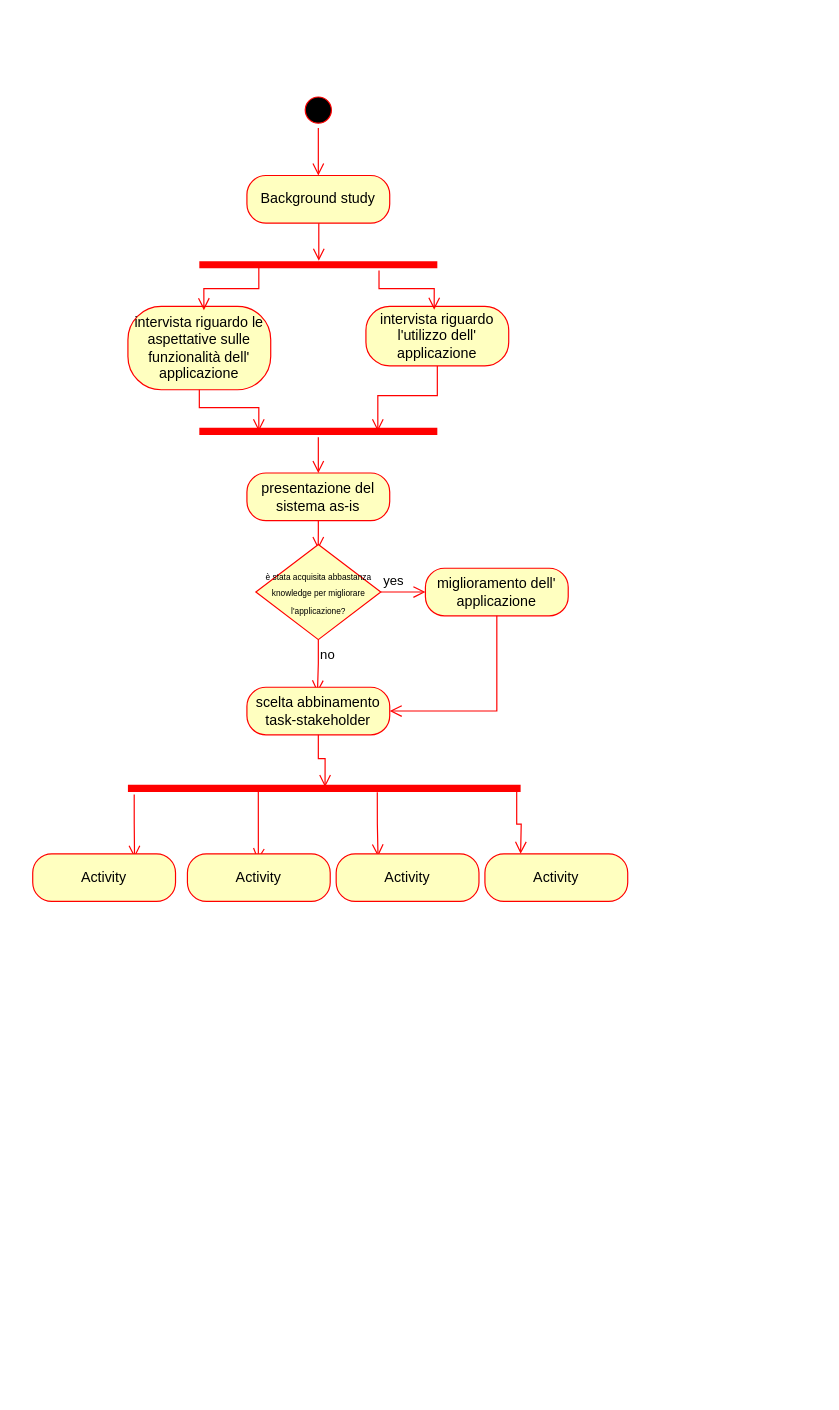
Before: grafi/Diagramma senza titolo.drawio in Barbera9/mixed, a draw.io diagram. Source tidied: cells renumbered, new cells numbered last; positions are measured from the earlier drawing's top-left corner, leaving out a move shared by most shapes. Both pictures are drawn from the tidied source at 119%, with x=0, y=0 at pixel (32, 92).
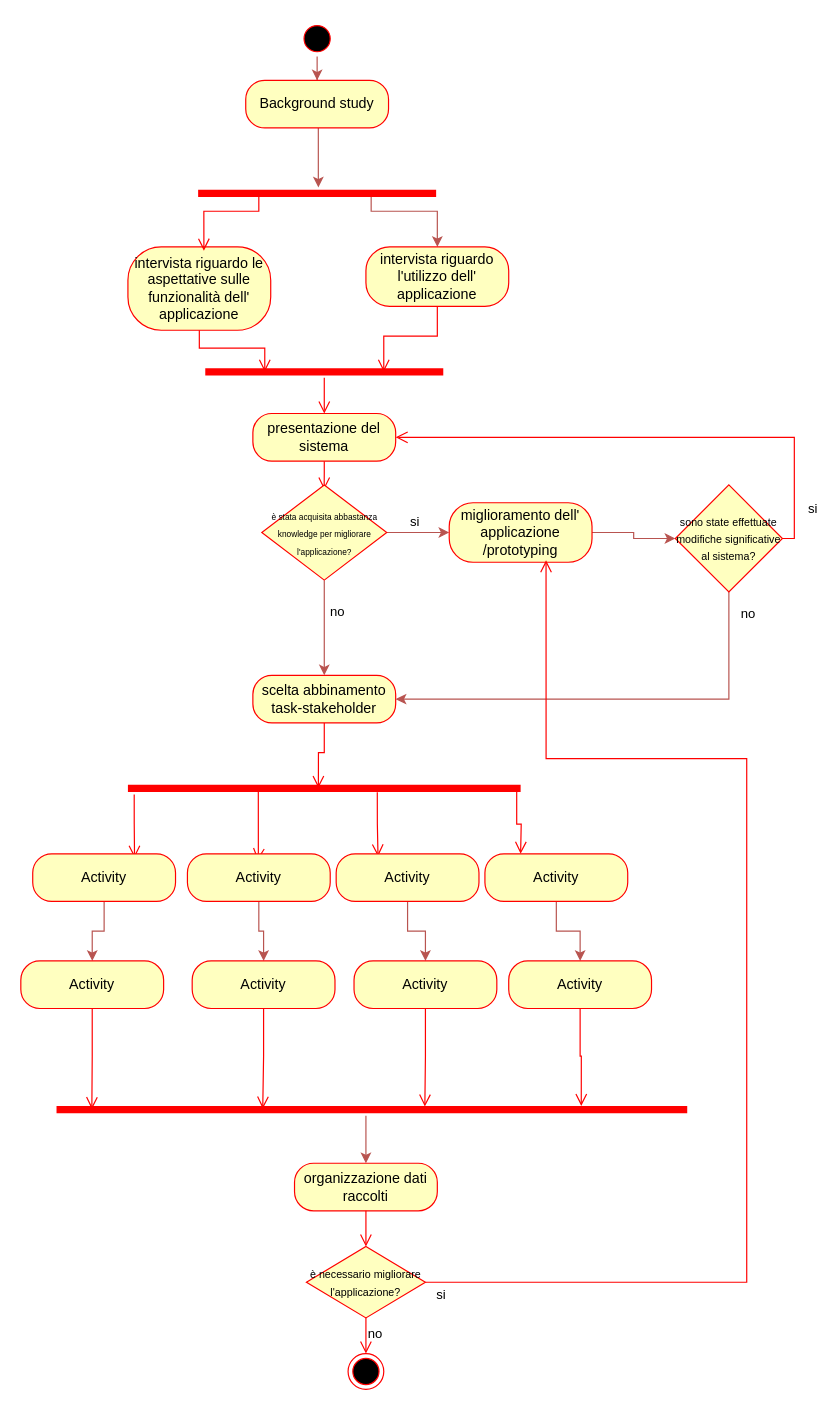
After the change.

The change refers to these unchanged cells:
```xml
<mxCell id="24" style="shape=line;html=1;strokeWidth=6;strokeColor=#ff0000;" parent="1" vertex="1">
  <mxGeometry x="80" y="580" width="330" height="10" as="geometry" />
</mxCell>
<mxCell id="28" value="Activity" style="rounded=1;whiteSpace=wrap;html=1;arcSize=40;fontColor=#000000;fillColor=#ffffc0;strokeColor=#ff0000;" parent="1" vertex="1">
  <mxGeometry y="640" width="120" height="40" as="geometry" />
</mxCell>
<mxCell id="29" value="Activity" style="rounded=1;whiteSpace=wrap;html=1;arcSize=40;fontColor=#000000;fillColor=#ffffc0;strokeColor=#ff0000;" parent="1" vertex="1">
  <mxGeometry x="130" y="640" width="120" height="40" as="geometry" />
</mxCell>
<mxCell id="30" value="Activity" style="rounded=1;whiteSpace=wrap;html=1;arcSize=40;fontColor=#000000;fillColor=#ffffc0;strokeColor=#ff0000;" parent="1" vertex="1">
  <mxGeometry x="255" y="640" width="120" height="40" as="geometry" />
</mxCell>
<mxCell id="31" value="Activity" style="rounded=1;whiteSpace=wrap;html=1;arcSize=40;fontColor=#000000;fillColor=#ffffc0;strokeColor=#ff0000;" parent="1" vertex="1">
  <mxGeometry x="380" y="640" width="120" height="40" as="geometry" />
</mxCell>
```

Diff of the diagram source:
```diff
@@
+    <mxCell id="3" style="edgeStyle=orthogonalEdgeStyle;rounded=0;jettySize=auto;html=1;entryX=0.5;entryY=0;entryDx=0;entryDy=0;fillColor=#f8cecc;strokeColor=#b85450;" parent="1" edge="1" source="2" target="4">
+      <mxGeometry relative="1" as="geometry" />
+    </mxCell>
     <mxCell id="2" style="ellipse;html=1;shape=startState;fillColor=#000000;strokeColor=#ff0000;" parent="1" vertex="1">
-      <mxGeometry x="225" width="30" height="30" as="geometry" />
+      <mxGeometry x="224" y="-60" width="30" height="30" as="geometry" />
     </mxCell>
-    <mxCell id="3" style="edgeStyle=orthogonalEdgeStyle;html=1;verticalAlign=bottom;endArrow=open;endSize=8;strokeColor=#ff0000;rounded=0;entryX=0.5;entryY=0;entryDx=0;entryDy=0;" parent="1" edge="1" source="2" target="4">
-      <mxGeometry relative="1" as="geometry">
-        <Array as="points">
-          <mxPoint x="240" y="60" />
-        </Array>
-      </mxGeometry>
-    </mxCell>
+    <mxCell id="5" style="edgeStyle=orthogonalEdgeStyle;rounded=0;jettySize=auto;html=1;entryX=0.505;entryY=0.444;entryDx=0;entryDy=0;entryPerimeter=0;fillColor=#f8cecc;strokeColor=#b85450;" parent="1" edge="1" source="4" target="6">
+      <mxGeometry relative="1" as="geometry">
+        <Array as="points">
+          <mxPoint x="240" y="50" />
+          <mxPoint x="240" y="50" />
+        </Array>
+      </mxGeometry>
+    </mxCell>
     <mxCell id="4" value="Background study" style="rounded=1;whiteSpace=wrap;html=1;arcSize=40;fontColor=#000000;fillColor=#ffffc0;strokeColor=#ff0000;" parent="1" vertex="1">
-      <mxGeometry x="180" y="70" width="120" height="40" as="geometry" />
+      <mxGeometry x="179" y="-10" width="120" height="40" as="geometry" />
     </mxCell>
-    <mxCell id="5" style="edgeStyle=orthogonalEdgeStyle;html=1;verticalAlign=bottom;endArrow=open;endSize=8;strokeColor=#ff0000;rounded=0;entryX=0.502;entryY=0.162;entryDx=0;entryDy=0;entryPerimeter=0;" parent="1" edge="1" source="4" target="6">
-      <mxGeometry relative="1" as="geometry">
-        <Array as="points">
-          <mxPoint x="240" y="120" />
-        </Array>
-      </mxGeometry>
-    </mxCell>
+    <mxCell id="12" style="edgeStyle=orthogonalEdgeStyle;rounded=0;jettySize=auto;html=1;entryX=0.5;entryY=0;entryDx=0;entryDy=0;exitX=0.727;exitY=0.507;exitDx=0;exitDy=0;exitPerimeter=0;fillColor=#f8cecc;strokeColor=#b85450;" parent="1" edge="1" source="6" target="9">
+      <mxGeometry relative="1" as="geometry">
+        <Array as="points">
+          <mxPoint x="284" y="100" />
+          <mxPoint x="340" y="100" />
+        </Array>
+      </mxGeometry>
+    </mxCell>
     <mxCell id="6" style="shape=line;html=1;strokeWidth=6;strokeColor=#ff0000;" parent="1" vertex="1">
-      <mxGeometry x="140" y="140" width="200" height="10" as="geometry" />
+      <mxGeometry x="139" y="40" width="200" height="90" as="geometry" />
     </mxCell>
     <mxCell id="7" value="intervista riguardo le aspettative sulle funzionalità dell' applicazione" style="rounded=1;whiteSpace=wrap;html=1;arcSize=40;fontColor=#000000;fillColor=#ffffc0;strokeColor=#ff0000;" parent="1" vertex="1">
-      <mxGeometry x="80" y="180" width="120" height="70" as="geometry" />
+      <mxGeometry x="80" y="130" width="120" height="70" as="geometry" />
     </mxCell>
@@
     <mxCell id="9" value="intervista riguardo l'utilizzo dell' applicazione" style="rounded=1;whiteSpace=wrap;html=1;arcSize=40;fontColor=#000000;fillColor=#ffffc0;strokeColor=#ff0000;" parent="1" vertex="1">
-      <mxGeometry x="280" y="180" width="120" height="50" as="geometry" />
+      <mxGeometry x="280" y="130" width="120" height="50" as="geometry" />
     </mxCell>
@@
     <mxCell id="11" style="edgeStyle=orthogonalEdgeStyle;html=1;verticalAlign=bottom;endArrow=open;endSize=8;strokeColor=#ff0000;rounded=0;entryX=0.532;entryY=0.045;entryDx=0;entryDy=0;entryPerimeter=0;exitX=0.25;exitY=0.5;exitDx=0;exitDy=0;exitPerimeter=0;" parent="1" edge="1" source="6" target="7">
       <mxGeometry relative="1" as="geometry">
         <Array as="points">
-          <mxPoint x="190" y="165" />
-          <mxPoint x="144" y="165" />
+          <mxPoint x="190" y="85" />
+          <mxPoint x="190" y="100" />
+          <mxPoint x="144" y="100" />
         </Array>
       </mxGeometry>
     </mxCell>
-    <mxCell id="12" style="edgeStyle=orthogonalEdgeStyle;html=1;verticalAlign=bottom;endArrow=open;endSize=8;strokeColor=#ff0000;rounded=0;exitX=0.755;exitY=0.98;exitDx=0;exitDy=0;exitPerimeter=0;entryX=0.478;entryY=0.055;entryDx=0;entryDy=0;entryPerimeter=0;" parent="1" edge="1" source="6" target="9">
-      <mxGeometry relative="1" as="geometry" />
-    </mxCell>
     <mxCell id="13" style="shape=line;html=1;strokeWidth=6;strokeColor=#ff0000;" parent="1" vertex="1">
-      <mxGeometry x="140" y="280" width="200" height="10" as="geometry" />
+      <mxGeometry x="145" y="230" width="200" height="10" as="geometry" />
     </mxCell>
@@
-    <mxCell id="15" value="presentazione del sistema as-is" style="rounded=1;whiteSpace=wrap;html=1;arcSize=40;fontColor=#000000;fillColor=#ffffc0;strokeColor=#ff0000;" parent="1" vertex="1">
-      <mxGeometry x="180" y="320" width="120" height="40" as="geometry" />
+    <mxCell id="15" value="presentazione del sistema" style="rounded=1;whiteSpace=wrap;html=1;arcSize=40;fontColor=#000000;fillColor=#ffffc0;strokeColor=#ff0000;" parent="1" vertex="1">
+      <mxGeometry x="185" y="270" width="120" height="40" as="geometry" />
     </mxCell>
@@
+    <mxCell id="33" style="edgeStyle=orthogonalEdgeStyle;rounded=0;jettySize=auto;html=1;fillColor=#f8cecc;strokeColor=#b85450;entryX=0;entryY=0.5;entryDx=0;entryDy=0;" parent="1" edge="1" source="17" target="20">
+      <mxGeometry relative="1" as="geometry" />
+    </mxCell>
+    <mxCell id="34" value="&lt;div&gt;si&lt;/div&gt;" style="edgeLabel;html=1;align=center;verticalAlign=middle;" parent="33" vertex="1">
+      <mxGeometry x="-0.22" y="4" relative="1" as="geometry">
+        <mxPoint x="3" y="-6" as="offset" />
+      </mxGeometry>
+    </mxCell>
+    <mxCell id="19" style="edgeStyle=orthogonalEdgeStyle;rounded=0;jettySize=auto;html=1;fillColor=#f8cecc;strokeColor=#b85450;" parent="1" edge="1" source="17" target="22">
+      <mxGeometry relative="1" as="geometry" />
+    </mxCell>
+    <mxCell id="35" value="no" style="edgeLabel;html=1;align=center;verticalAlign=middle;" parent="19" vertex="1">
+      <mxGeometry x="-0.35" y="5" relative="1" as="geometry">
+        <mxPoint x="5" as="offset" />
+      </mxGeometry>
+    </mxCell>
     <mxCell id="17" value="&lt;font style=&quot;font-size: 7px;&quot;&gt;è stata acquisita abbastanza knowledge per migliorare l'applicazione?&lt;/font&gt;" style="rhombus;whiteSpace=wrap;html=1;fontColor=#000000;fillColor=#ffffc0;strokeColor=#ff0000;" parent="1" vertex="1">
-      <mxGeometry x="187.5" y="380" width="105" height="80" as="geometry" />
+      <mxGeometry x="192.5" y="330" width="105" height="80" as="geometry" />
     </mxCell>
-    <mxCell id="18" value="yes" style="edgeStyle=orthogonalEdgeStyle;html=1;align=left;verticalAlign=bottom;endArrow=open;endSize=8;strokeColor=#ff0000;rounded=0;" parent="1" edge="1" source="17">
-      <mxGeometry x="-1" relative="1" as="geometry">
-        <mxPoint x="330" y="420" as="targetPoint" />
-        <Array as="points">
-          <mxPoint x="310" y="420" />
-          <mxPoint x="310" y="420" />
-        </Array>
-      </mxGeometry>
-    </mxCell>
-    <mxCell id="19" value="no" style="edgeStyle=orthogonalEdgeStyle;html=1;align=left;verticalAlign=top;endArrow=open;endSize=8;strokeColor=#ff0000;rounded=0;entryX=0.494;entryY=0.111;entryDx=0;entryDy=0;entryPerimeter=0;" parent="1" edge="1" source="17" target="22">
-      <mxGeometry x="-1" relative="1" as="geometry" />
-    </mxCell>
+    <mxCell id="36" style="edgeStyle=orthogonalEdgeStyle;rounded=0;jettySize=auto;html=1;fillColor=#f8cecc;strokeColor=#b85450;" parent="1" edge="1" source="20" target="43">
+      <mxGeometry relative="1" as="geometry" />
+    </mxCell>
-    <mxCell id="20" value="miglioramento dell' applicazione" style="rounded=1;whiteSpace=wrap;html=1;arcSize=40;fontColor=#000000;fillColor=#ffffc0;strokeColor=#ff0000;" parent="1" vertex="1">
-      <mxGeometry x="330" y="400" width="120" height="40" as="geometry" />
+    <mxCell id="20" value="miglioramento dell' applicazione /prototyping" style="rounded=1;whiteSpace=wrap;html=1;arcSize=40;fontColor=#000000;fillColor=#ffffc0;strokeColor=#ff0000;" parent="1" vertex="1">
+      <mxGeometry x="350" y="345" width="120" height="50" as="geometry" />
     </mxCell>
-    <mxCell id="21" style="edgeStyle=orthogonalEdgeStyle;html=1;verticalAlign=bottom;endArrow=open;endSize=8;strokeColor=#ff0000;rounded=0;entryX=1;entryY=0.5;entryDx=0;entryDy=0;exitX=0.5;exitY=1;exitDx=0;exitDy=0;" parent="1" edge="1" source="20" target="22">
-      <mxGeometry relative="1" as="geometry" />
-    </mxCell>
     <mxCell id="22" value="scelta abbinamento task-stakeholder" style="rounded=1;whiteSpace=wrap;html=1;arcSize=40;fontColor=#000000;fillColor=#ffffc0;strokeColor=#ff0000;" parent="1" vertex="1">
-      <mxGeometry x="180" y="500" width="120" height="40" as="geometry" />
+      <mxGeometry x="185" y="490" width="120" height="40" as="geometry" />
     </mxCell>
-    <mxCell id="23" style="edgeStyle=orthogonalEdgeStyle;html=1;verticalAlign=bottom;endArrow=open;endSize=8;strokeColor=#ff0000;rounded=0;entryX=0.502;entryY=0.389;entryDx=0;entryDy=0;entryPerimeter=0;" parent="1" edge="1" source="22" target="24">
+    <mxCell id="23" style="edgeStyle=orthogonalEdgeStyle;html=1;verticalAlign=bottom;endArrow=open;endSize=8;strokeColor=#ff0000;rounded=0;entryX=0.485;entryY=0.466;entryDx=0;entryDy=0;entryPerimeter=0;" parent="1" edge="1" source="22" target="24">
       <mxGeometry relative="1" as="geometry" />
     </mxCell>
@@
+    <mxCell id="37" style="edgeStyle=orthogonalEdgeStyle;rounded=0;jettySize=auto;html=1;fillColor=#f8cecc;strokeColor=#b85450;" parent="1" edge="1" source="28" target="45">
+      <mxGeometry relative="1" as="geometry" />
+    </mxCell>
@@
+    <mxCell id="38" style="edgeStyle=orthogonalEdgeStyle;rounded=0;jettySize=auto;html=1;fillColor=#f8cecc;strokeColor=#b85450;" parent="1" edge="1" source="29" target="47">
+      <mxGeometry relative="1" as="geometry" />
+    </mxCell>
@@
+    <mxCell id="39" style="edgeStyle=orthogonalEdgeStyle;rounded=0;jettySize=auto;html=1;fillColor=#f8cecc;strokeColor=#b85450;" parent="1" edge="1" source="30" target="49">
+      <mxGeometry relative="1" as="geometry" />
+    </mxCell>
@@
+    <mxCell id="40" style="edgeStyle=orthogonalEdgeStyle;rounded=0;jettySize=auto;html=1;fillColor=#f8cecc;strokeColor=#b85450;" parent="1" edge="1" source="31" target="51">
+      <mxGeometry relative="1" as="geometry" />
+    </mxCell>
@@
+    <mxCell id="41" style="edgeStyle=orthogonalEdgeStyle;rounded=0;jettySize=auto;html=1;fillColor=#f8cecc;strokeColor=#b85450;" parent="1" edge="1" source="43" target="22">
+      <mxGeometry relative="1" as="geometry">
+        <Array as="points">
+          <mxPoint x="585" y="510" />
+        </Array>
+      </mxGeometry>
+    </mxCell>
+    <mxCell id="42" value="&lt;div&gt;no&lt;/div&gt;" style="edgeLabel;html=1;align=center;verticalAlign=middle;" parent="41" vertex="1">
+      <mxGeometry x="-0.91" y="3" relative="1" as="geometry">
+        <mxPoint x="12" as="offset" />
+      </mxGeometry>
+    </mxCell>
+    <mxCell id="43" value="&lt;font style=&quot;font-size: 9px;&quot;&gt;sono state effettuate modifiche significative al sistema?&lt;/font&gt;" style="rhombus;whiteSpace=wrap;html=1;fontColor=#000000;fillColor=#ffffc0;strokeColor=#ff0000;" parent="1" vertex="1">
+      <mxGeometry x="540" y="330" width="90" height="90" as="geometry" />
+    </mxCell>
+    <mxCell id="44" value="si" style="edgeStyle=orthogonalEdgeStyle;html=1;align=left;verticalAlign=bottom;endArrow=open;endSize=8;strokeColor=#ff0000;rounded=0;entryX=1;entryY=0.5;entryDx=0;entryDy=0;exitX=1;exitY=0.5;exitDx=0;exitDy=0;" parent="1" edge="1" source="43" target="15">
+      <mxGeometry x="-0.88" y="-10" relative="1" as="geometry" />
+    </mxCell>
+    <mxCell id="45" value="Activity" style="rounded=1;whiteSpace=wrap;html=1;arcSize=40;fontColor=#000000;fillColor=#ffffc0;strokeColor=#ff0000;" parent="1" vertex="1">
+      <mxGeometry x="-10" y="730" width="120" height="40" as="geometry" />
+    </mxCell>
+    <mxCell id="46" style="edgeStyle=orthogonalEdgeStyle;html=1;verticalAlign=bottom;endArrow=open;endSize=8;strokeColor=#ff0000;rounded=0;entryX=0.056;entryY=0.459;entryDx=0;entryDy=0;entryPerimeter=0;" parent="1" edge="1" source="45" target="54">
+      <mxGeometry relative="1" as="geometry" />
+    </mxCell>
+    <mxCell id="47" value="Activity" style="rounded=1;whiteSpace=wrap;html=1;arcSize=40;fontColor=#000000;fillColor=#ffffc0;strokeColor=#ff0000;" parent="1" vertex="1">
+      <mxGeometry x="134" y="730" width="120" height="40" as="geometry" />
+    </mxCell>
+    <mxCell id="48" style="edgeStyle=orthogonalEdgeStyle;html=1;verticalAlign=bottom;endArrow=open;endSize=8;strokeColor=#ff0000;rounded=0;entryX=0.327;entryY=0.414;entryDx=0;entryDy=0;entryPerimeter=0;" parent="1" edge="1" source="47" target="54">
+      <mxGeometry relative="1" as="geometry" />
+    </mxCell>
+    <mxCell id="49" value="Activity" style="rounded=1;whiteSpace=wrap;html=1;arcSize=40;fontColor=#000000;fillColor=#ffffc0;strokeColor=#ff0000;" parent="1" vertex="1">
+      <mxGeometry x="270" y="730" width="120" height="40" as="geometry" />
+    </mxCell>
+    <mxCell id="50" style="edgeStyle=orthogonalEdgeStyle;html=1;verticalAlign=bottom;endArrow=open;endSize=8;strokeColor=#ff0000;rounded=0;entryX=0.584;entryY=0.243;entryDx=0;entryDy=0;entryPerimeter=0;" parent="1" edge="1" source="49" target="54">
+      <mxGeometry relative="1" as="geometry" />
+    </mxCell>
+    <mxCell id="51" value="Activity" style="rounded=1;whiteSpace=wrap;html=1;arcSize=40;fontColor=#000000;fillColor=#ffffc0;strokeColor=#ff0000;" parent="1" vertex="1">
+      <mxGeometry x="400" y="730" width="120" height="40" as="geometry" />
+    </mxCell>
+    <mxCell id="52" style="edgeStyle=orthogonalEdgeStyle;html=1;verticalAlign=bottom;endArrow=open;endSize=8;strokeColor=#ff0000;rounded=0;entryX=0.832;entryY=0.186;entryDx=0;entryDy=0;entryPerimeter=0;" parent="1" edge="1" source="51" target="54">
+      <mxGeometry relative="1" as="geometry" />
+    </mxCell>
+    <mxCell id="53" style="edgeStyle=orthogonalEdgeStyle;rounded=0;jettySize=auto;html=1;fillColor=#f8cecc;strokeColor=#b85450;" parent="1" edge="1" source="54" target="55">
+      <mxGeometry relative="1" as="geometry">
+        <Array as="points">
+          <mxPoint x="280" y="870" />
+          <mxPoint x="280" y="870" />
+        </Array>
+      </mxGeometry>
+    </mxCell>
+    <mxCell id="54" style="shape=line;html=1;strokeWidth=6;strokeColor=#ff0000;" parent="1" vertex="1">
+      <mxGeometry x="20" y="850" width="530" height="10" as="geometry" />
+    </mxCell>
+    <mxCell id="55" value="organizzazione dati raccolti" style="rounded=1;whiteSpace=wrap;html=1;arcSize=40;fontColor=#000000;fillColor=#ffffc0;strokeColor=#ff0000;" parent="1" vertex="1">
+      <mxGeometry x="220" y="900" width="120" height="40" as="geometry" />
+    </mxCell>
+    <mxCell id="56" style="edgeStyle=orthogonalEdgeStyle;html=1;verticalAlign=bottom;endArrow=open;endSize=8;strokeColor=#ff0000;rounded=0;entryX=0.5;entryY=0;entryDx=0;entryDy=0;" parent="1" edge="1" source="55" target="57">
+      <mxGeometry relative="1" as="geometry" />
+    </mxCell>
+    <mxCell id="57" value="&lt;font style=&quot;font-size: 9px;&quot;&gt;è necessario migliorare l'applicazione?&lt;/font&gt;" style="rhombus;whiteSpace=wrap;html=1;fontColor=#000000;fillColor=#ffffc0;strokeColor=#ff0000;" parent="1" vertex="1">
+      <mxGeometry x="230" y="970" width="100" height="60" as="geometry" />
+    </mxCell>
+    <mxCell id="58" value="no" style="edgeStyle=orthogonalEdgeStyle;html=1;align=left;verticalAlign=top;endArrow=open;endSize=8;strokeColor=#ff0000;rounded=0;" parent="1" edge="1" source="57" target="59">
+      <mxGeometry x="-1" relative="1" as="geometry" />
+    </mxCell>
+    <mxCell id="59" style="ellipse;html=1;shape=endState;fillColor=#000000;strokeColor=#ff0000;" parent="1" vertex="1">
+      <mxGeometry x="265" y="1060" width="30" height="30" as="geometry" />
+    </mxCell>
+    <mxCell id="60" style="edgeStyle=orthogonalEdgeStyle;html=1;verticalAlign=bottom;endArrow=open;endSize=8;strokeColor=#ff0000;rounded=0;entryX=0.678;entryY=0.967;entryDx=0;entryDy=0;entryPerimeter=0;exitX=1;exitY=0.5;exitDx=0;exitDy=0;" parent="1" edge="1" source="57" target="20">
+      <mxGeometry relative="1" as="geometry">
+        <Array as="points">
+          <mxPoint x="600" y="1000" />
+          <mxPoint x="600" y="560" />
+          <mxPoint x="431" y="560" />
+        </Array>
+      </mxGeometry>
+    </mxCell>
+    <mxCell id="61" value="si" style="edgeLabel;html=1;align=center;verticalAlign=middle;" parent="60" vertex="1">
+      <mxGeometry x="-0.83" y="-3" relative="1" as="geometry">
+        <mxPoint x="-77" y="7" as="offset" />
+      </mxGeometry>
+    </mxCell>
```
